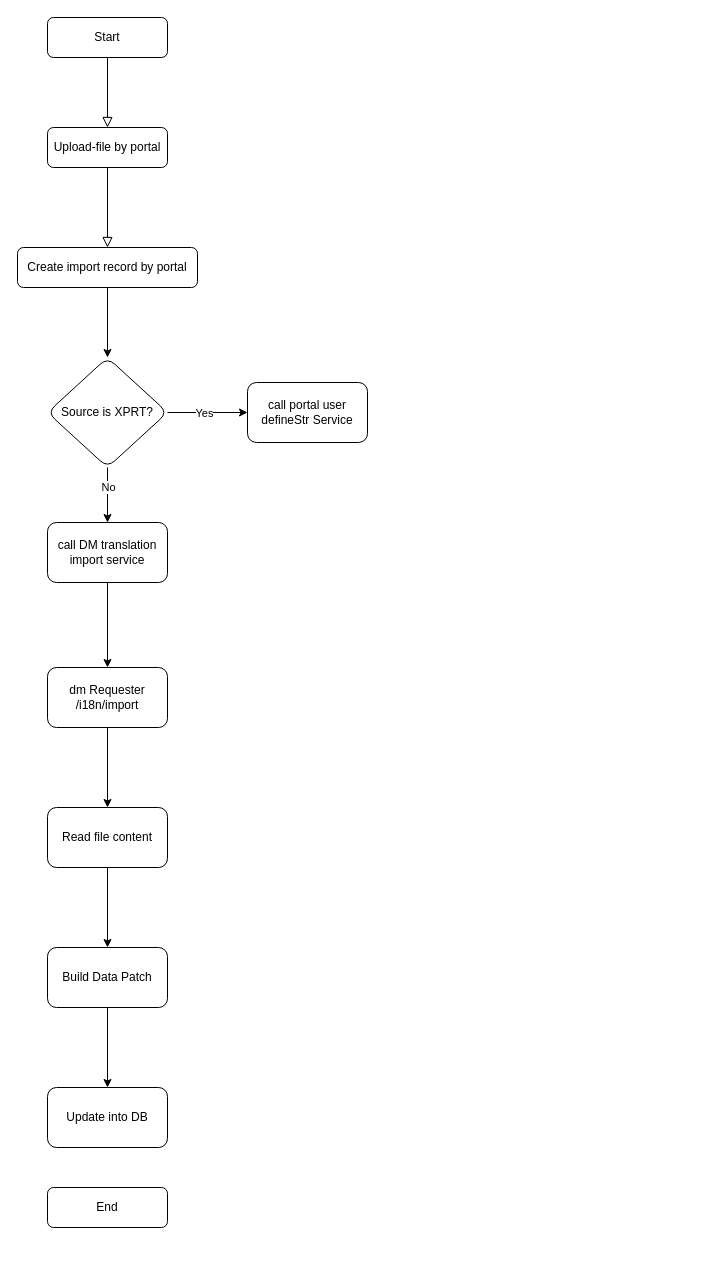
Earlier version of the draw.io diagram User-Defined-I18n-Import.drawio (SmileSB1O1/draw-active). Source tidied: cells renumbered, new cells numbered last; positions are measured from the earlier drawing's top-left corner, leaving out a move shared by most shapes. Both pictures are drawn from the tidied source at 100%, with x=0, y=0 at pixel (17, 17).
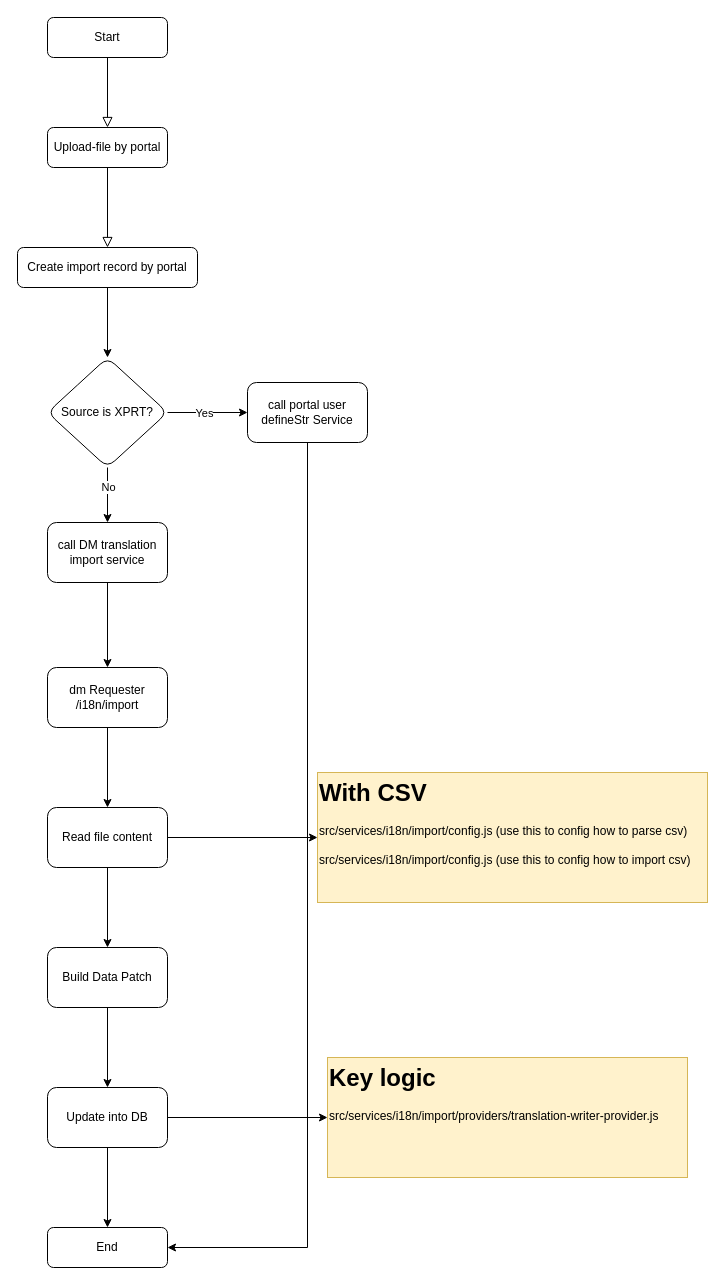
The same diagram, later.

Unchanged cells that the change refers to:
```xml
<mxCell id="14" value="call portal user defineStr Service" style="whiteSpace=wrap;html=1;rounded=1;glass=0;strokeWidth=1;shadow=0;" parent="1" vertex="1">
  <mxGeometry x="230" y="365" width="120" height="60" as="geometry" />
</mxCell>
<mxCell id="20" value="Read file content" style="whiteSpace=wrap;html=1;rounded=1;glass=0;strokeWidth=1;shadow=0;" parent="1" vertex="1">
  <mxGeometry x="30" y="790" width="120" height="60" as="geometry" />
</mxCell>
<mxCell id="23" value="Update into DB" style="whiteSpace=wrap;html=1;rounded=1;glass=0;strokeWidth=1;shadow=0;" parent="1" vertex="1">
  <mxGeometry x="30" y="1070" width="120" height="60" as="geometry" />
</mxCell>
```

The edit, as a diff of the source:
```diff
@@
     <mxCell id="5" value="End" style="rounded=1;whiteSpace=wrap;html=1;fontSize=12;glass=0;strokeWidth=1;shadow=0;" parent="1" vertex="1">
-      <mxGeometry x="30" y="1170" width="120" height="40" as="geometry" />
+      <mxGeometry x="30" y="1210" width="120" height="40" as="geometry" />
     </mxCell>
@@
+    <mxCell id="24" style="edgeStyle=orthogonalEdgeStyle;rounded=0;jettySize=auto;html=1;exitX=0.5;exitY=1;exitDx=0;exitDy=0;entryX=1;entryY=0.5;entryDx=0;entryDy=0;" parent="1" edge="1" source="14" target="5">
+      <mxGeometry relative="1" as="geometry" />
+    </mxCell>
@@
+    <mxCell id="25" style="edgeStyle=orthogonalEdgeStyle;rounded=0;jettySize=auto;html=1;exitX=1;exitY=0.5;exitDx=0;exitDy=0;entryX=0;entryY=0.5;entryDx=0;entryDy=0;" parent="1" edge="1" source="20" target="29">
+      <mxGeometry relative="1" as="geometry" />
+    </mxCell>
@@
+    <mxCell id="26" style="edgeStyle=orthogonalEdgeStyle;rounded=0;jettySize=auto;html=1;" parent="1" edge="1" source="23" target="5">
+      <mxGeometry relative="1" as="geometry" />
+    </mxCell>
+    <mxCell id="27" style="edgeStyle=orthogonalEdgeStyle;rounded=0;jettySize=auto;html=1;exitX=1;exitY=0.5;exitDx=0;exitDy=0;" parent="1" edge="1" source="23" target="28">
+      <mxGeometry relative="1" as="geometry" />
+    </mxCell>
@@
+    <mxCell id="28" value="&lt;h1 style=&quot;margin-top: 0px;&quot;&gt;Key logic&lt;/h1&gt;&lt;p&gt;src/services/i18n/import/providers/translation-writer-provider.js&lt;/p&gt;" style="text;html=1;whiteSpace=wrap;overflow=hidden;rounded=0;fillColor=#fff2cc;strokeColor=#d6b656;" parent="1" vertex="1">
+      <mxGeometry x="310" y="1040" width="360" height="120" as="geometry" />
+    </mxCell>
+    <mxCell id="29" value="&lt;h1 style=&quot;margin-top: 0px;&quot;&gt;With CSV&lt;/h1&gt;&lt;p&gt;src/services/i18n/import/config.js (use this to config how to parse csv)&lt;br&gt;&lt;br&gt;src/services/i18n/import/config.js (use this to config how to import csv)&lt;/p&gt;" style="text;html=1;whiteSpace=wrap;overflow=hidden;rounded=0;fillColor=#fff2cc;strokeColor=#d6b656;" parent="1" vertex="1">
+      <mxGeometry x="300" y="755" width="390" height="130" as="geometry" />
+    </mxCell>
```
